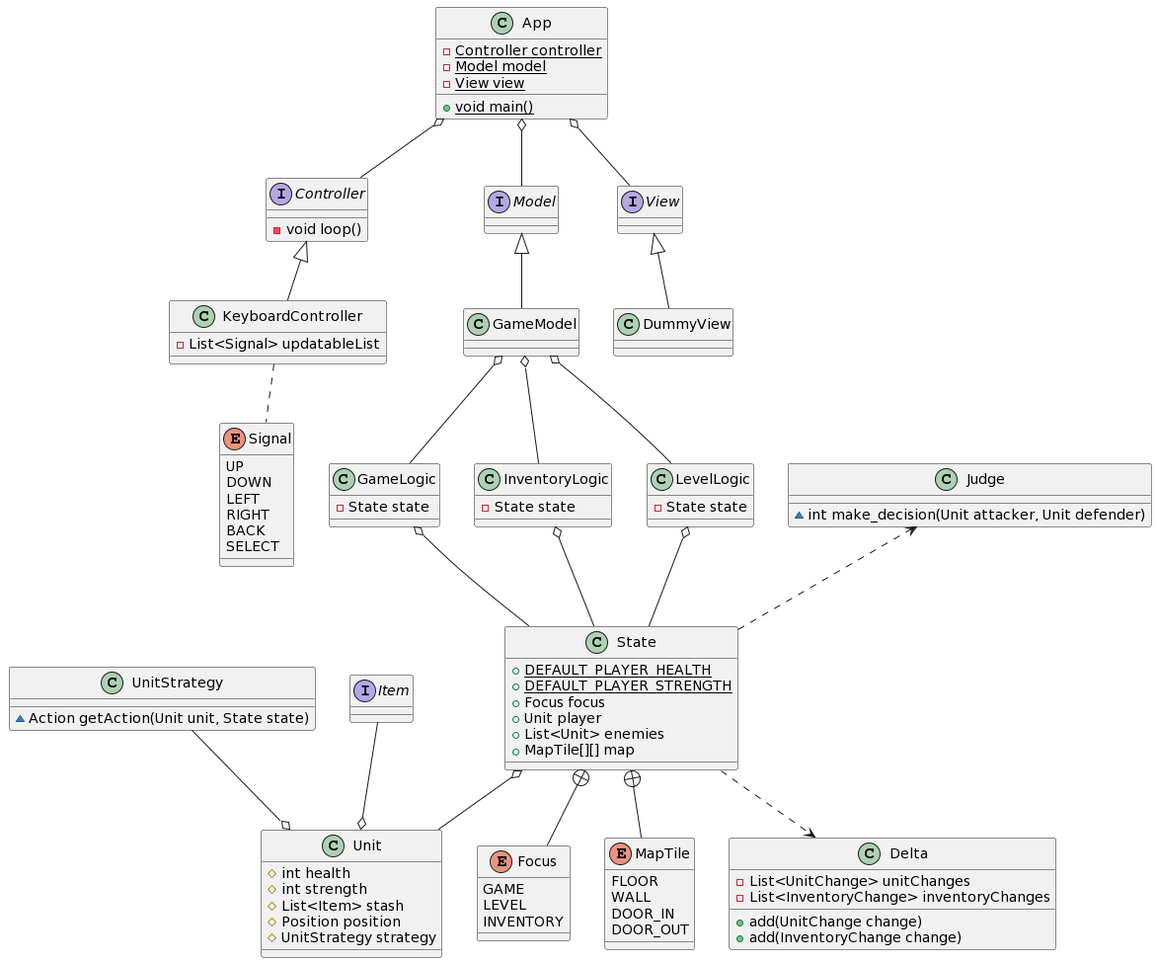
Before: class_diagram.png, a diagram exported from PlantUML (Ane1y/rogue).
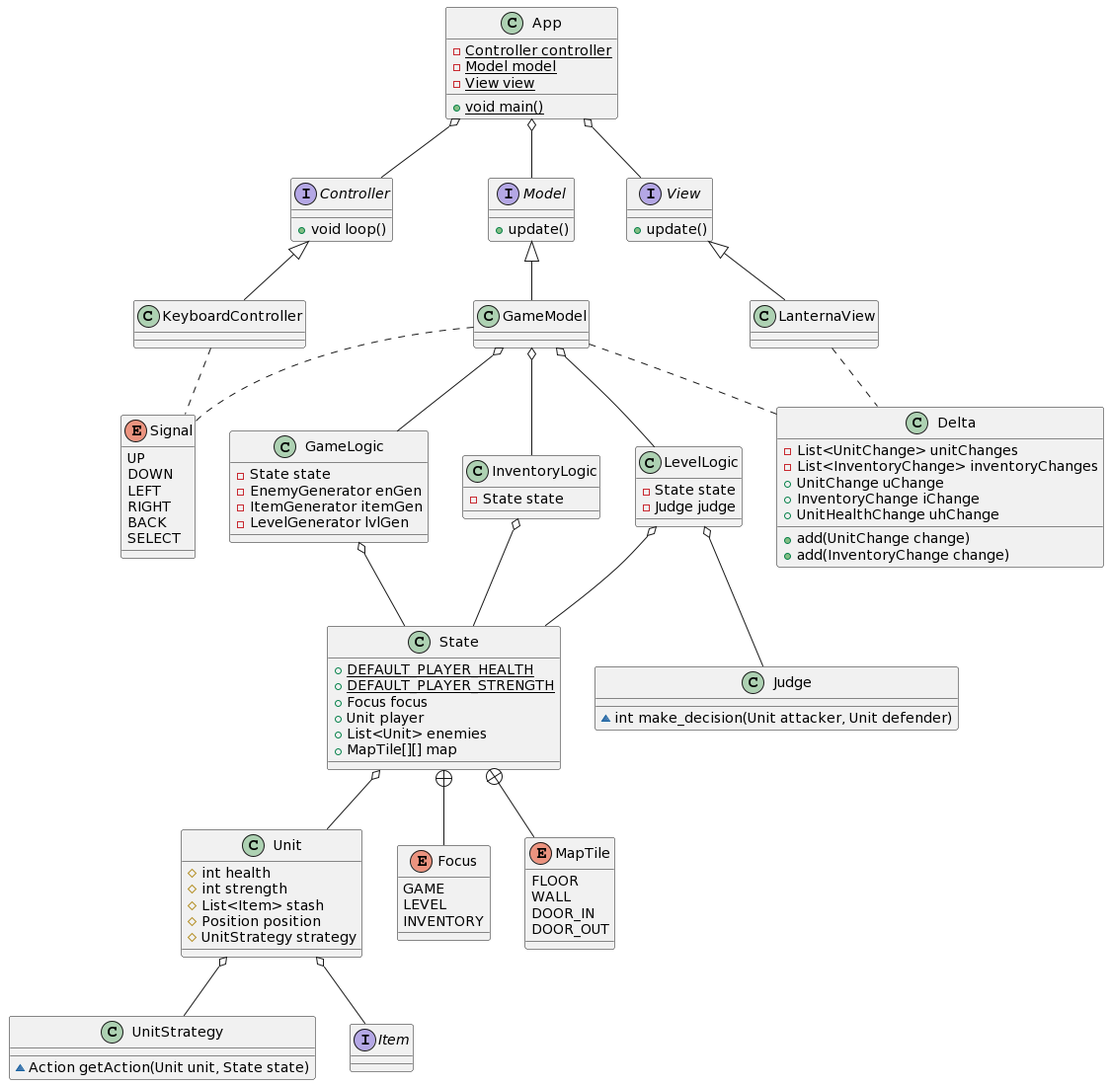
The same file after the commit.

Commit message:
update class_diagram

Change to the diagram source:
```diff
@@ -8,18 +8,20 @@
 }
 
 interface Controller {
-   - void loop()
+   + void loop()
 }
 
-interface Model {}
+interface Model {
+   + update()
+}
 
 class GameModel {}
 
-interface View {}
+interface View {
+   + update()
+}
 
-class KeyboardController {
-   - List<Signal> updatableList
-}
+class KeyboardController {}
 
 enum Signal {
    UP
@@ -30,10 +32,13 @@
    SELECT
 }
 
-class DummyView {}
+class LanternaView {}
 
 class GameLogic {
    - State state
+   - EnemyGenerator enGen
+   - ItemGenerator itemGen
+   - LevelGenerator lvlGen
 }
 
 class InventoryLogic {
@@ -42,6 +47,7 @@
 
 class LevelLogic {
    - State state
+   - Judge judge
 }
 
 class Judge {
@@ -87,6 +93,9 @@
 class Delta {
    - List<UnitChange> unitChanges
    - List<InventoryChange> inventoryChanges
+   + UnitChange uChange
+   + InventoryChange iChange
+   + UnitHealthChange uhChange
 
    + add(UnitChange change)
    + add(InventoryChange change)
@@ -98,8 +107,9 @@
 
 Controller <|-- KeyboardController
 KeyboardController .. Signal
+GameModel .. Signal
 
-View <|-- DummyView
+View <|-- LanternaView
 
 Model <|-- GameModel
 
@@ -108,16 +118,20 @@
 GameModel o-- InventoryLogic
 
 GameLogic o-- State
+
+
 LevelLogic o-- State
+LevelLogic o-- Judge
+
 InventoryLogic o-- State
 
 State o-- Unit
 State +-- Focus
 State +-- MapTile
 
-Item --o Unit
+Unit o-- Item
+Unit o-- UnitStrategy
 
-UnitStrategy --o Unit
-State ..> Delta
-Judge <.. State
+GameModel .. Delta
+LanternaView .. Delta
 @enduml
```
